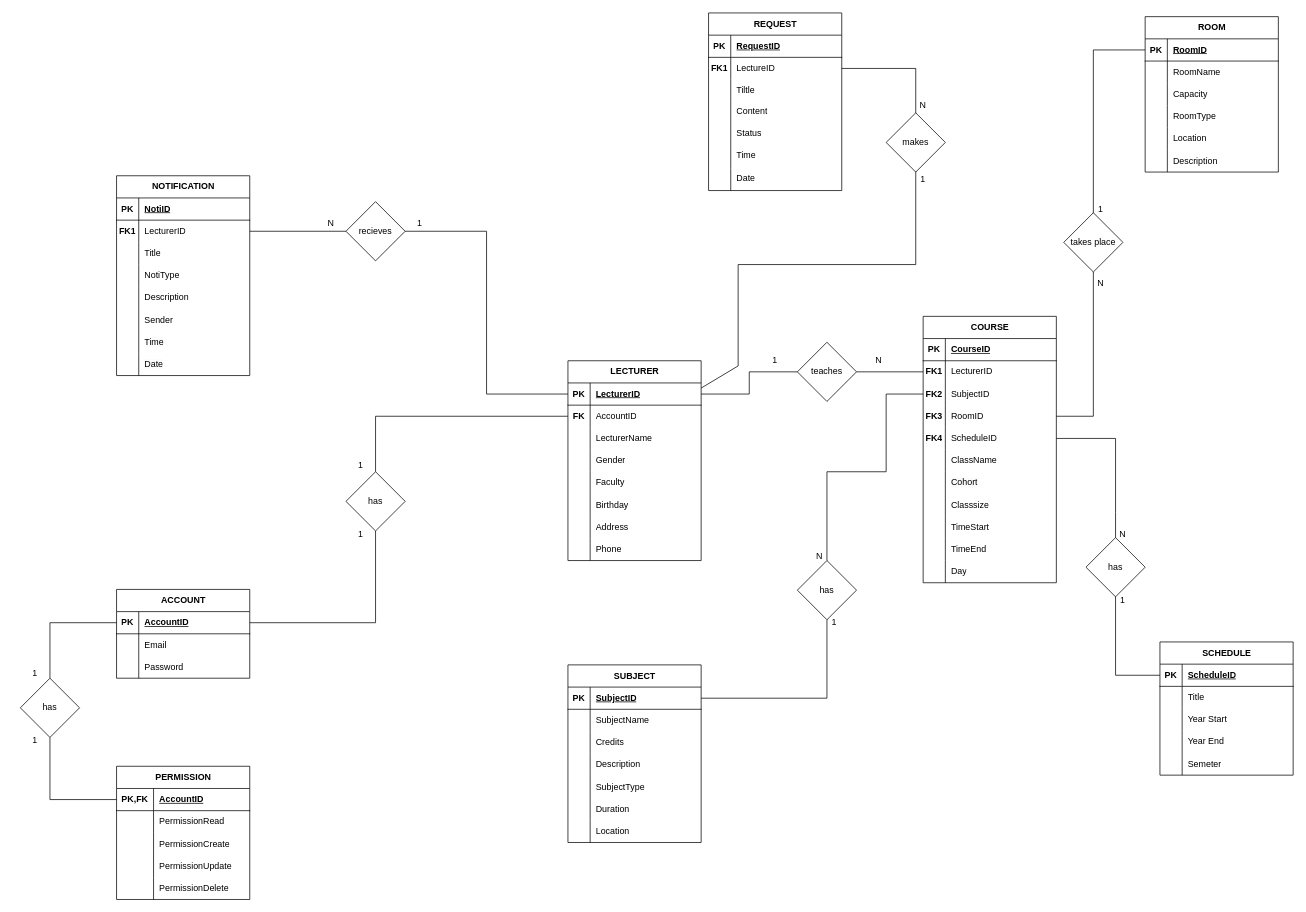
Above: page "database" (2 of 2) of schema/ERD (2).drawio in haovvv73/The-application-automatically-schedules-university-timetables (draw.io), before the change. Source tidied: cells renumbered, new cells numbered last; positions are measured from the earlier drawing's top-left corner, leaving out a move shared by most shapes. Both pictures are drawn from the tidied source at 74%, with x=0, y=0 at pixel (13, 13).
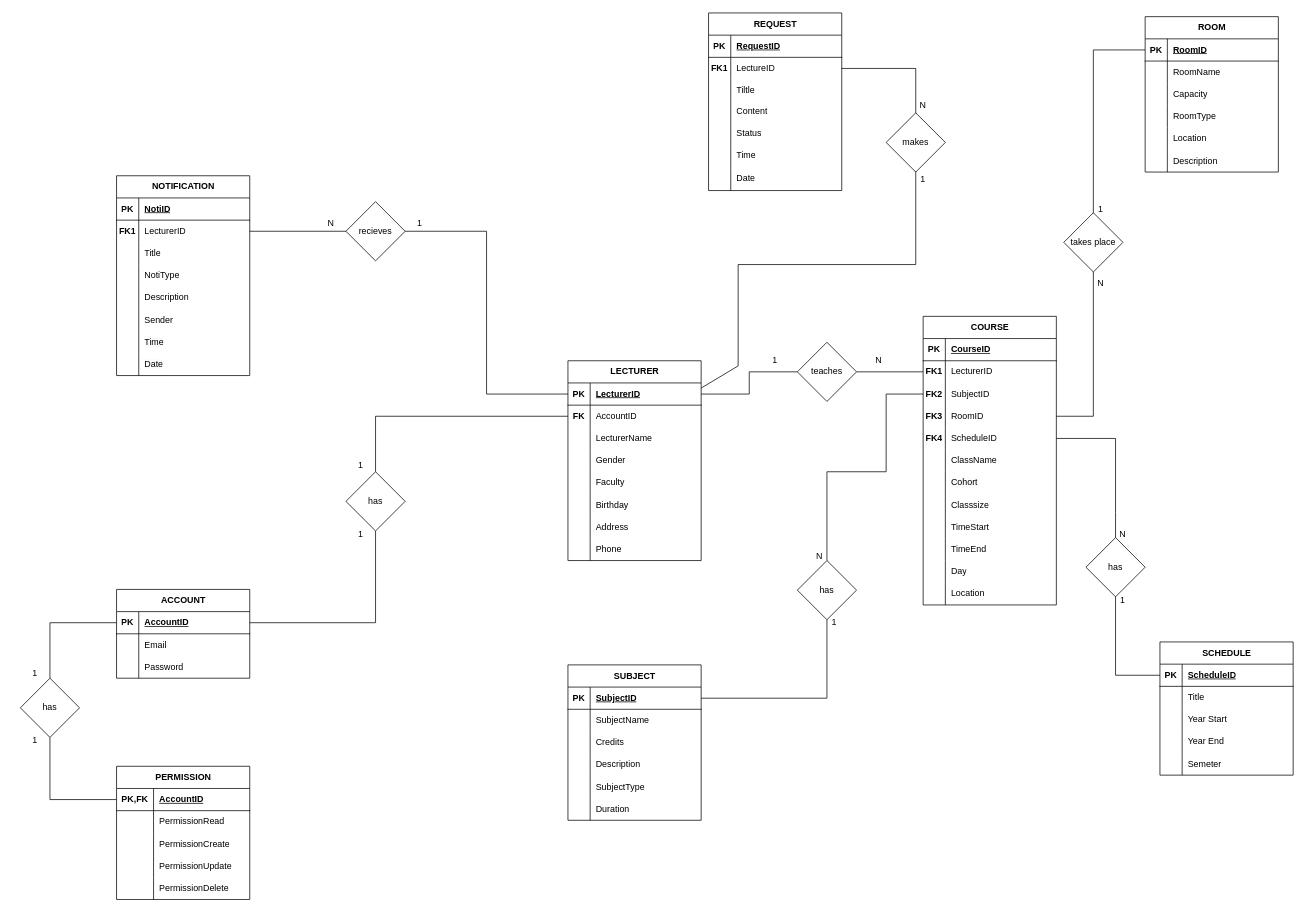
After the change.

The edit, as a diff of the source:
```diff
@@
     <mxCell id="27" value="SUBJECT" style="shape=table;startSize=30;childLayout=tableLayout;rowLines=0;fontStyle=1;align=center;html=1;" parent="1" vertex="1">
-      <mxGeometry x="750" y="881" width="180" height="240" as="geometry" />
+      <mxGeometry x="750" y="881" width="180" height="210" as="geometry" />
     </mxCell>
@@
-    <mxCell id="46" style="shape=tableRow;horizontal=0;startSize=0;swimlaneHead=0;swimlaneBody=0;fillColor=none;top=0;left=0;right=0;bottom=0;" parent="27" vertex="1">
-      <mxGeometry y="210" width="180" height="30" as="geometry" />
-    </mxCell>
-    <mxCell id="47" style="shape=partialRectangle;fillColor=none;top=0;left=0;bottom=0;right=0;overflow=hidden;whiteSpace=wrap;html=1;" parent="46" vertex="1">
-      <mxGeometry width="30" height="30" as="geometry" />
-    </mxCell>
-    <mxCell id="48" value="Location" style="shape=partialRectangle;fillColor=none;top=0;left=0;bottom=0;right=0;align=left;spacingLeft=6;overflow=hidden;whiteSpace=wrap;html=1;" parent="46" vertex="1">
-      <mxGeometry x="30" width="150" height="30" as="geometry" />
-    </mxCell>
     <mxCell id="49" value="COURSE" style="shape=table;startSize=30;childLayout=tableLayout;rowLines=0;fontStyle=1;align=center;html=1;" parent="1" vertex="1">
-      <mxGeometry x="1230" y="410" width="180" height="360" as="geometry" />
+      <mxGeometry x="1230" y="410" width="180" height="390" as="geometry" />
     </mxCell>
@@
+    <mxCell id="233" style="shape=tableRow;horizontal=0;startSize=0;swimlaneHead=0;swimlaneBody=0;fillColor=none;top=0;left=0;right=0;bottom=0;" parent="49" vertex="1">
+      <mxGeometry y="360" width="180" height="30" as="geometry" />
+    </mxCell>
+    <mxCell id="47" style="shape=partialRectangle;fillColor=none;top=0;left=0;bottom=0;right=0;overflow=hidden;whiteSpace=wrap;html=1;" parent="233" vertex="1">
+      <mxGeometry width="30" height="30" as="geometry" />
+    </mxCell>
+    <mxCell id="48" value="Location" style="shape=partialRectangle;fillColor=none;top=0;left=0;bottom=0;right=0;align=left;spacingLeft=6;overflow=hidden;whiteSpace=wrap;html=1;" parent="233" vertex="1">
+      <mxGeometry x="30" width="150" height="30" as="geometry" />
+    </mxCell>
```
